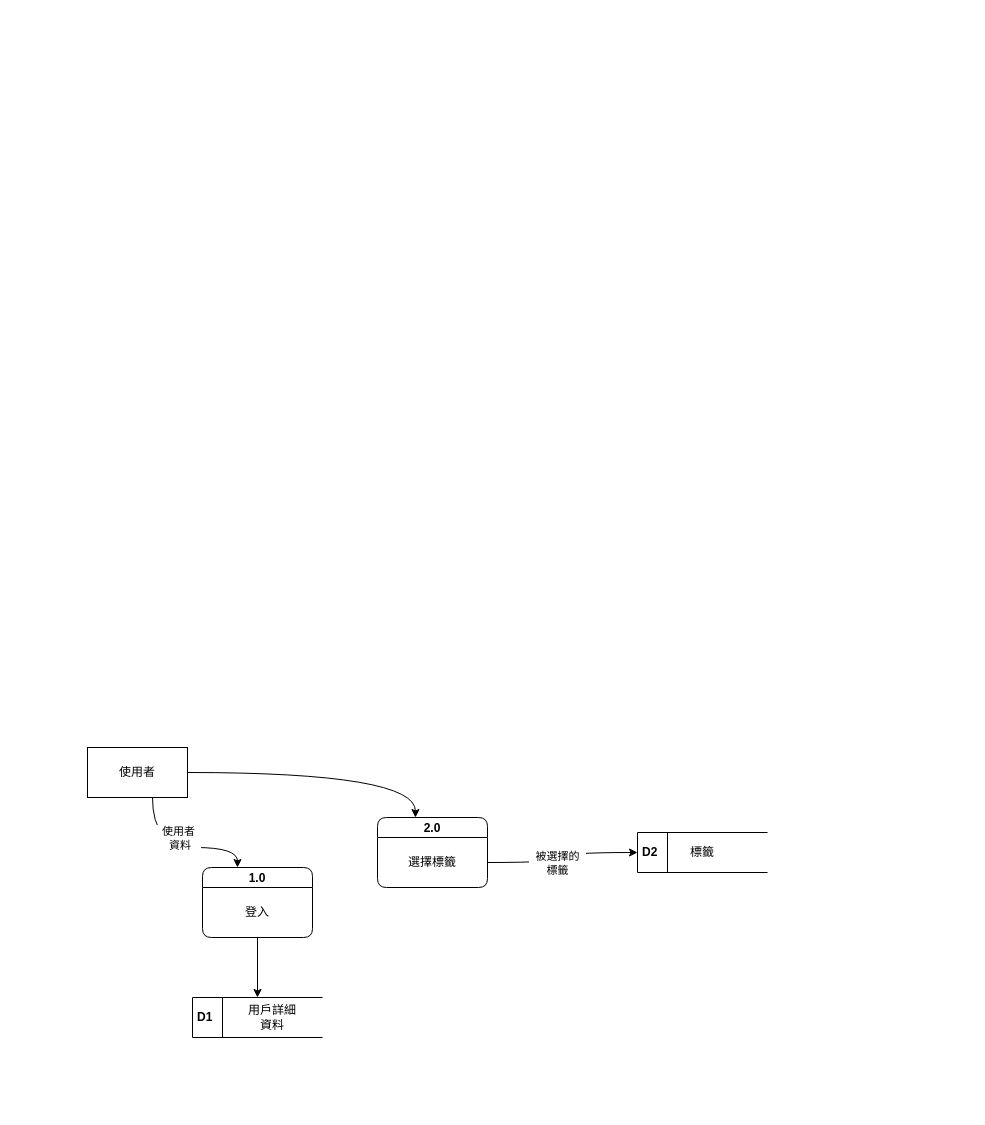
Above: 系統設計.drawio in Hakxep-wuqpuk-hyrze8/Flowchart (draw.io), before the change. Source tidied: cells renumbered, new cells numbered last; positions are measured from the earlier drawing's top-left corner, leaving out a move shared by most shapes. Both pictures are drawn from the tidied source at 100%, with x=0, y=0 at pixel (87, 747).
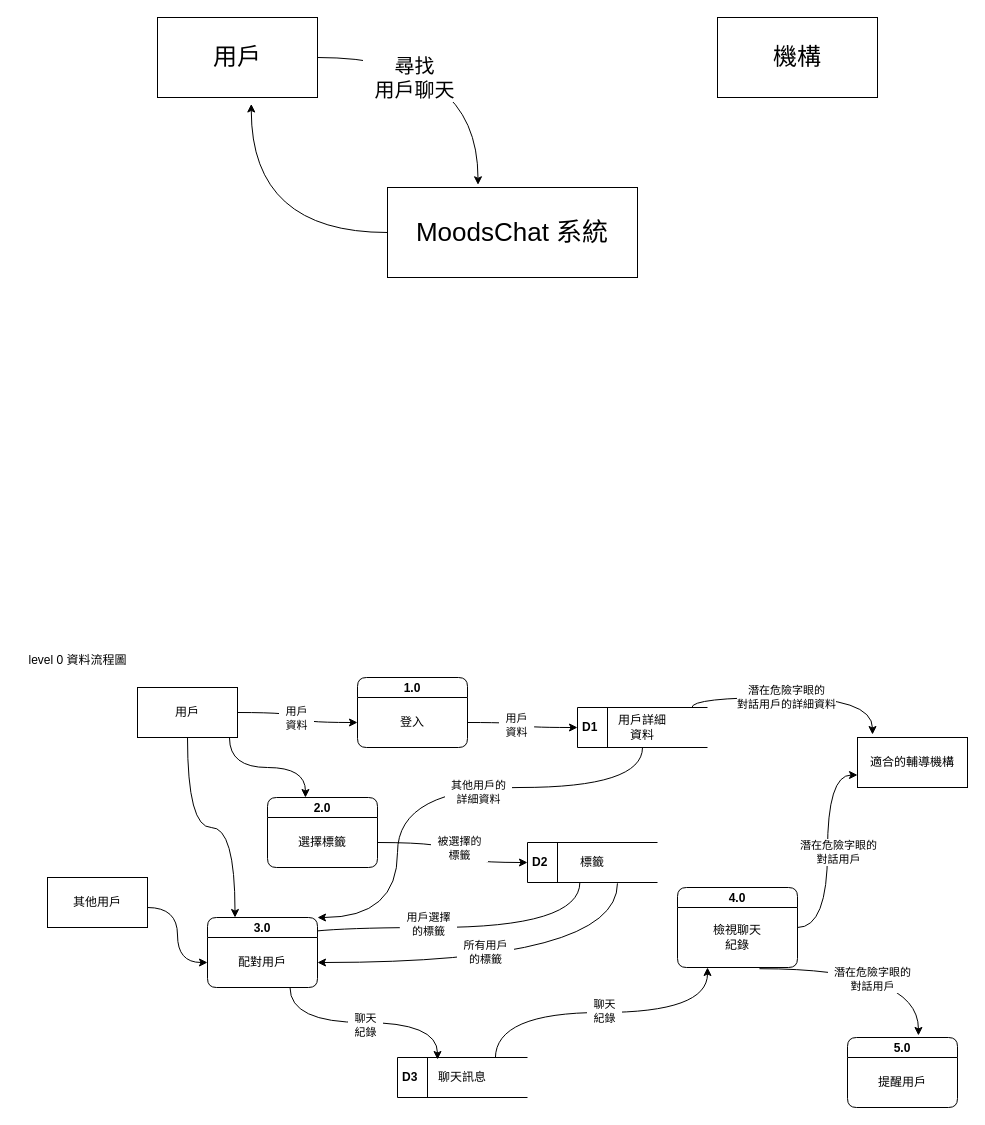
The same page after the edit.

Commit message (it also covers changes not shown here):
更新系統設計.drawio

Unchanged cells that the change refers to:
```xml
<mxCell id="7" value="登入" style="text;html=1;strokeColor=none;fillColor=none;align=center;verticalAlign=middle;whiteSpace=wrap;rounded=0;" parent="6" vertex="1">
  <mxGeometry y="20" width="110" height="50" as="geometry" />
</mxCell>
```

The edit, as a diff of the source:
```diff
@@
+    <mxCell id="19" style="edgeStyle=orthogonalEdgeStyle;jettySize=auto;html=1;exitX=0.88;exitY=0.002;exitDx=0;exitDy=0;exitPerimeter=0;curved=1;" parent="1" edge="1" source="2">
+      <mxGeometry relative="1" as="geometry">
+        <mxPoint x="785" y="-13" as="targetPoint" />
+        <Array as="points">
+          <mxPoint x="604" y="-50" />
+          <mxPoint x="785" y="-50" />
+          <mxPoint x="785" y="-13" />
+        </Array>
+      </mxGeometry>
+    </mxCell>
+    <mxCell id="20" value="&amp;nbsp; 潛在危險字眼的&amp;nbsp;&amp;nbsp;&lt;br style=&quot;border-color: var(--border-color);&quot;&gt;對話用戶的詳細資料" style="edgeLabel;html=1;align=center;verticalAlign=middle;" parent="19" vertex="1">
+      <mxGeometry x="-0.09" y="1" relative="1" as="geometry" />
+    </mxCell>
+    <mxCell id="21" style="edgeStyle=orthogonalEdgeStyle;jettySize=auto;html=1;entryX=1;entryY=0;entryDx=0;entryDy=0;curved=1;" parent="1" edge="1" source="2" target="30">
+      <mxGeometry relative="1" as="geometry">
+        <Array as="points">
+          <mxPoint x="555" y="40" />
+          <mxPoint x="310" y="40" />
+          <mxPoint x="310" y="170" />
+        </Array>
+      </mxGeometry>
+    </mxCell>
+    <mxCell id="22" value="&amp;nbsp; 其他用戶的&amp;nbsp;&amp;nbsp;&lt;br&gt;詳細資料" style="edgeLabel;html=1;align=center;verticalAlign=middle;" parent="21" vertex="1">
+      <mxGeometry x="-0.17" y="4" relative="1" as="geometry" />
+    </mxCell>
     <mxCell id="2" value="&lt;b&gt;D1&lt;/b&gt;" style="html=1;dashed=0;whiteSpace=wrap;shape=mxgraph.dfd.dataStoreID;align=left;spacingLeft=3;points=[[0,0],[0.5,0],[1,0],[0,0.5],[1,0.5],[0,1],[0.5,1],[1,1]];" parent="1" vertex="1">
-      <mxGeometry x="105" y="250" width="130" height="40" as="geometry" />
+      <mxGeometry x="490" y="-40" width="130" height="40" as="geometry" />
     </mxCell>
-    <mxCell id="3" style="edgeStyle=orthogonalEdgeStyle;jettySize=auto;html=1;curved=1;" parent="1" edge="1" source="5" target="6">
-      <mxGeometry relative="1" as="geometry">
-        <Array as="points">
-          <mxPoint x="65" y="100" />
-          <mxPoint x="150" y="100" />
-        </Array>
-      </mxGeometry>
-    </mxCell>
-    <mxCell id="4" value="&amp;nbsp; 使用者&amp;nbsp;&amp;nbsp;&lt;br&gt;&amp;nbsp;資料" style="edgeLabel;html=1;align=center;verticalAlign=middle;" parent="3" vertex="1">
-      <mxGeometry x="-0.18" y="4" relative="1" as="geometry">
-        <mxPoint x="11" y="-6" as="offset" />
-      </mxGeometry>
-    </mxCell>
+    <mxCell id="23" style="edgeStyle=orthogonalEdgeStyle;jettySize=auto;html=1;entryX=0;entryY=0.5;entryDx=0;entryDy=0;curved=1;" parent="1" edge="1" source="5" target="7">
+      <mxGeometry relative="1" as="geometry" />
+    </mxCell>
+    <mxCell id="24" value="&amp;nbsp; 用戶&amp;nbsp;&amp;nbsp;&lt;br&gt;&amp;nbsp; 資料&amp;nbsp;&amp;nbsp;" style="edgeLabel;html=1;align=center;verticalAlign=middle;" parent="23" vertex="1">
+      <mxGeometry y="-2" relative="1" as="geometry" />
+    </mxCell>
+    <mxCell id="25" style="edgeStyle=orthogonalEdgeStyle;jettySize=auto;html=1;entryX=0.25;entryY=0;entryDx=0;entryDy=0;curved=1;" parent="1" edge="1" source="5" target="30">
+      <mxGeometry relative="1" as="geometry" />
+    </mxCell>
-    <mxCell id="5" value="使用者" style="html=1;dashed=0;whiteSpace=wrap;" parent="1" vertex="1">
-      <mxGeometry width="100" height="50" as="geometry" />
+    <mxCell id="5" value="用戶" style="html=1;dashed=0;whiteSpace=wrap;" parent="1" vertex="1">
+      <mxGeometry x="50" y="-60" width="100" height="50" as="geometry" />
     </mxCell>
     <mxCell id="6" value="1.0" style="swimlane;fontStyle=1;horizontal=1;startSize=20;fillColor=#ffffff;swimlaneFillColor=#ffffff;rounded=1;fontFamily=Helvetica;verticalAlign=middle;" parent="1" vertex="1">
-      <mxGeometry x="115" y="120" width="110" height="70" as="geometry" />
+      <mxGeometry x="270" y="-70" width="110" height="70" as="geometry" />
     </mxCell>
@@
     <mxCell id="9" value="用戶詳細資料" style="text;html=1;strokeColor=none;fillColor=none;align=center;verticalAlign=middle;whiteSpace=wrap;rounded=0;" parent="1" vertex="1">
-      <mxGeometry x="155" y="255" width="60" height="30" as="geometry" />
+      <mxGeometry x="525" y="-35" width="60" height="30" as="geometry" />
     </mxCell>
-    <mxCell id="10" style="edgeStyle=orthogonalEdgeStyle;rounded=0;jettySize=auto;html=1;entryX=0.5;entryY=0;entryDx=0;entryDy=0;" parent="1" edge="1" source="7" target="2">
-      <mxGeometry relative="1" as="geometry" />
-    </mxCell>
     <mxCell id="11" value="2.0" style="swimlane;fontStyle=1;horizontal=1;startSize=20;fillColor=#ffffff;swimlaneFillColor=#ffffff;rounded=1;fontFamily=Helvetica;verticalAlign=middle;" parent="1" vertex="1">
-      <mxGeometry x="290" y="70" width="110" height="70" as="geometry" />
+      <mxGeometry x="180" y="50" width="110" height="70" as="geometry" />
     </mxCell>
@@
-    <mxCell id="14" style="edgeStyle=orthogonalEdgeStyle;jettySize=auto;html=1;entryX=0.345;entryY=0;entryDx=0;entryDy=0;entryPerimeter=0;curved=1;" parent="1" edge="1" source="5" target="11">
+    <mxCell id="14" style="edgeStyle=orthogonalEdgeStyle;jettySize=auto;html=1;entryX=0.345;entryY=0;entryDx=0;entryDy=0;entryPerimeter=0;curved=1;exitX=0.92;exitY=1.01;exitDx=0;exitDy=0;exitPerimeter=0;" parent="1" edge="1" source="5" target="11">
       <mxGeometry relative="1" as="geometry" />
     </mxCell>
+    <mxCell id="26" style="edgeStyle=orthogonalEdgeStyle;jettySize=auto;html=1;entryX=1;entryY=0.25;entryDx=0;entryDy=0;curved=1;exitX=0.403;exitY=0.995;exitDx=0;exitDy=0;exitPerimeter=0;" parent="1" edge="1" source="15" target="32">
+      <mxGeometry relative="1" as="geometry">
+        <Array as="points">
+          <mxPoint x="492" y="180" />
+          <mxPoint x="200" y="180" />
+        </Array>
+      </mxGeometry>
+    </mxCell>
+    <mxCell id="27" value="&amp;nbsp; 用戶選擇&amp;nbsp;&amp;nbsp;&lt;br style=&quot;border-color: var(--border-color);&quot;&gt;的標籤" style="edgeLabel;html=1;align=center;verticalAlign=middle;" parent="26" vertex="1">
+      <mxGeometry x="0.01" y="-4" relative="1" as="geometry" />
+    </mxCell>
+    <mxCell id="28" style="edgeStyle=orthogonalEdgeStyle;jettySize=auto;html=1;entryX=1;entryY=0.5;entryDx=0;entryDy=0;exitX=0.692;exitY=1.021;exitDx=0;exitDy=0;exitPerimeter=0;curved=1;" parent="1" edge="1" source="15" target="32">
+      <mxGeometry relative="1" as="geometry" />
+    </mxCell>
+    <mxCell id="29" value="&amp;nbsp; 所有用戶&amp;nbsp;&amp;nbsp;&lt;br&gt;的標籤" style="edgeLabel;html=1;align=center;verticalAlign=middle;" parent="28" vertex="1">
+      <mxGeometry x="0.12" y="-11" relative="1" as="geometry" />
+    </mxCell>
     <mxCell id="15" value="&lt;b&gt;D2&lt;/b&gt;" style="html=1;dashed=0;whiteSpace=wrap;shape=mxgraph.dfd.dataStoreID;align=left;spacingLeft=3;points=[[0,0],[0.5,0],[1,0],[0,0.5],[1,0.5],[0,1],[0.5,1],[1,1]];" parent="1" vertex="1">
-      <mxGeometry x="550" y="85" width="130" height="40" as="geometry" />
+      <mxGeometry x="440" y="95" width="130" height="40" as="geometry" />
     </mxCell>
     <mxCell id="16" value="標籤" style="text;html=1;strokeColor=none;fillColor=none;align=center;verticalAlign=middle;whiteSpace=wrap;rounded=0;" parent="1" vertex="1">
-      <mxGeometry x="585" y="90" width="60" height="30" as="geometry" />
+      <mxGeometry x="475" y="100" width="60" height="30" as="geometry" />
     </mxCell>
@@
+    <mxCell id="30" value="3.0" style="swimlane;fontStyle=1;horizontal=1;startSize=20;fillColor=#ffffff;swimlaneFillColor=#ffffff;rounded=1;fontFamily=Helvetica;verticalAlign=middle;" parent="1" vertex="1">
+      <mxGeometry x="120" y="170" width="110" height="70" as="geometry" />
+    </mxCell>
+    <mxCell id="31" style="edgeStyle=orthogonalEdgeStyle;rounded=0;orthogonalLoop=1;jettySize=auto;html=1;exitX=0.5;exitY=1;exitDx=0;exitDy=0;" parent="30" edge="1" source="32" target="32">
+      <mxGeometry relative="1" as="geometry" />
+    </mxCell>
+    <mxCell id="32" value="配對用戶" style="text;html=1;strokeColor=none;fillColor=none;align=center;verticalAlign=middle;whiteSpace=wrap;rounded=0;" parent="30" vertex="1">
+      <mxGeometry y="20" width="110" height="50" as="geometry" />
+    </mxCell>
+    <mxCell id="10" style="edgeStyle=orthogonalEdgeStyle;jettySize=auto;html=1;entryX=0;entryY=0.5;entryDx=0;entryDy=0;curved=1;" parent="1" edge="1" source="7" target="2">
+      <mxGeometry relative="1" as="geometry" />
+    </mxCell>
+    <mxCell id="33" value="&amp;nbsp; 用戶&amp;nbsp;&amp;nbsp;&lt;br&gt;&amp;nbsp; 資料&amp;nbsp;&amp;nbsp;" style="edgeLabel;html=1;align=center;verticalAlign=middle;" parent="10" vertex="1">
+      <mxGeometry x="-0.17" y="-2" relative="1" as="geometry" />
+    </mxCell>
+    <mxCell id="34" style="edgeStyle=orthogonalEdgeStyle;jettySize=auto;html=1;entryX=0;entryY=0.75;entryDx=0;entryDy=0;curved=1;" parent="1" edge="1" source="36" target="45">
+      <mxGeometry relative="1" as="geometry" />
+    </mxCell>
+    <mxCell id="35" value="&amp;nbsp; 潛在危險字眼的&amp;nbsp;&amp;nbsp;&lt;br&gt;對話用戶" style="edgeLabel;html=1;align=center;verticalAlign=middle;" parent="34" vertex="1">
+      <mxGeometry y="-10" relative="1" as="geometry" />
+    </mxCell>
+    <mxCell id="36" value="4.0" style="swimlane;fontStyle=1;horizontal=1;startSize=20;fillColor=#ffffff;swimlaneFillColor=#ffffff;rounded=1;fontFamily=Helvetica;verticalAlign=middle;" parent="1" vertex="1">
+      <mxGeometry x="590" y="140" width="120" height="80" as="geometry" />
+    </mxCell>
+    <mxCell id="37" style="edgeStyle=orthogonalEdgeStyle;rounded=0;orthogonalLoop=1;jettySize=auto;html=1;exitX=0.5;exitY=1;exitDx=0;exitDy=0;" parent="36" edge="1" source="38" target="38">
+      <mxGeometry relative="1" as="geometry" />
+    </mxCell>
+    <mxCell id="38" value="檢視聊天&lt;br&gt;紀錄" style="text;html=1;strokeColor=none;fillColor=none;align=center;verticalAlign=middle;whiteSpace=wrap;rounded=0;" parent="36" vertex="1">
+      <mxGeometry y="20" width="120" height="60" as="geometry" />
+    </mxCell>
+    <mxCell id="39" style="edgeStyle=orthogonalEdgeStyle;jettySize=auto;html=1;entryX=0.25;entryY=1;entryDx=0;entryDy=0;curved=1;exitX=0.753;exitY=0.02;exitDx=0;exitDy=0;exitPerimeter=0;" parent="1" edge="1" source="41" target="38">
+      <mxGeometry relative="1" as="geometry" />
+    </mxCell>
+    <mxCell id="40" value="&amp;nbsp; 聊天&amp;nbsp;&amp;nbsp;&lt;br&gt;&amp;nbsp; 紀錄&amp;nbsp;&amp;nbsp;" style="edgeLabel;html=1;align=center;verticalAlign=middle;" parent="39" vertex="1">
+      <mxGeometry x="0.02" y="2" relative="1" as="geometry" />
+    </mxCell>
+    <mxCell id="41" value="&lt;b&gt;D3&lt;/b&gt;" style="html=1;dashed=0;whiteSpace=wrap;shape=mxgraph.dfd.dataStoreID;align=left;spacingLeft=3;points=[[0,0],[0.5,0],[1,0],[0,0.5],[1,0.5],[0,1],[0.5,1],[1,1]];" parent="1" vertex="1">
+      <mxGeometry x="310" y="310" width="130" height="40" as="geometry" />
+    </mxCell>
+    <mxCell id="42" value="聊天訊息" style="text;html=1;strokeColor=none;fillColor=none;align=center;verticalAlign=middle;whiteSpace=wrap;rounded=0;" parent="1" vertex="1">
+      <mxGeometry x="345" y="315" width="60" height="30" as="geometry" />
+    </mxCell>
+    <mxCell id="43" style="edgeStyle=orthogonalEdgeStyle;jettySize=auto;html=1;entryX=0.308;entryY=0.05;entryDx=0;entryDy=0;entryPerimeter=0;exitX=0.75;exitY=1;exitDx=0;exitDy=0;curved=1;" parent="1" edge="1" source="32" target="41">
+      <mxGeometry relative="1" as="geometry" />
+    </mxCell>
+    <mxCell id="44" value="聊天&lt;br&gt;&amp;nbsp; 紀錄&amp;nbsp;&amp;nbsp;" style="edgeLabel;html=1;align=center;verticalAlign=middle;" parent="43" vertex="1">
+      <mxGeometry y="-2" relative="1" as="geometry" />
+    </mxCell>
+    <mxCell id="45" value="適合的輔導機構" style="html=1;dashed=0;whiteSpace=wrap;" parent="1" vertex="1">
+      <mxGeometry x="770" y="-10" width="110" height="50" as="geometry" />
+    </mxCell>
+    <mxCell id="46" style="edgeStyle=orthogonalEdgeStyle;jettySize=auto;html=1;entryX=0;entryY=0.5;entryDx=0;entryDy=0;curved=1;" parent="1" edge="1" source="47" target="32">
+      <mxGeometry relative="1" as="geometry">
+        <Array as="points">
+          <mxPoint x="90" y="160" />
+          <mxPoint x="90" y="215" />
+        </Array>
+      </mxGeometry>
+    </mxCell>
+    <mxCell id="47" value="其他用戶" style="html=1;dashed=0;whiteSpace=wrap;" parent="1" vertex="1">
+      <mxGeometry x="-40" y="130" width="100" height="50" as="geometry" />
+    </mxCell>
+    <mxCell id="48" value="5.0" style="swimlane;fontStyle=1;horizontal=1;startSize=20;fillColor=#ffffff;swimlaneFillColor=#ffffff;rounded=1;fontFamily=Helvetica;verticalAlign=middle;" parent="1" vertex="1">
+      <mxGeometry x="760" y="290" width="110" height="70" as="geometry" />
+    </mxCell>
+    <mxCell id="49" value="提醒用戶" style="text;html=1;strokeColor=none;fillColor=none;align=center;verticalAlign=middle;whiteSpace=wrap;rounded=0;" parent="48" vertex="1">
+      <mxGeometry y="20" width="110" height="50" as="geometry" />
+    </mxCell>
+    <mxCell id="50" style="edgeStyle=orthogonalEdgeStyle;jettySize=auto;html=1;entryX=0.645;entryY=-0.029;entryDx=0;entryDy=0;curved=1;exitX=0.683;exitY=1.02;exitDx=0;exitDy=0;exitPerimeter=0;entryPerimeter=0;" parent="1" edge="1" source="38" target="48">
+      <mxGeometry relative="1" as="geometry" />
+    </mxCell>
+    <mxCell id="51" value="&amp;nbsp; 潛在危險字眼的&amp;nbsp;&amp;nbsp;&lt;br&gt;對話用戶" style="edgeLabel;html=1;align=center;verticalAlign=middle;" parent="50" vertex="1">
+      <mxGeometry y="-10" relative="1" as="geometry" />
+    </mxCell>
+    <mxCell id="52" value="level 0 資料流程圖" style="text;html=1;align=center;verticalAlign=middle;strokeColor=none;fillColor=none;" parent="1" vertex="1">
+      <mxGeometry x="-70" y="-102" width="120" height="30" as="geometry" />
+    </mxCell>
+    <mxCell id="53" value="&lt;font style=&quot;font-size: 26px;&quot;&gt;MoodsChat 系統&lt;/font&gt;" style="html=1;dashed=0;whiteSpace=wrap;" parent="1" vertex="1">
+      <mxGeometry x="300" y="-560" width="250" height="90" as="geometry" />
+    </mxCell>
+    <mxCell id="54" value="&lt;font style=&quot;font-size: 24px;&quot;&gt;用戶&lt;/font&gt;" style="html=1;dashed=0;whiteSpace=wrap;" parent="1" vertex="1">
+      <mxGeometry x="70" y="-730" width="160" height="80" as="geometry" />
+    </mxCell>
+    <mxCell id="55" value="&lt;font style=&quot;font-size: 24px;&quot;&gt;機構&lt;/font&gt;" style="html=1;dashed=0;whiteSpace=wrap;" parent="1" vertex="1">
+      <mxGeometry x="630" y="-730" width="160" height="80" as="geometry" />
+    </mxCell>
+    <mxCell id="56" style="edgeStyle=orthogonalEdgeStyle;jettySize=auto;html=1;entryX=0.362;entryY=-0.03;entryDx=0;entryDy=0;entryPerimeter=0;curved=1;" parent="1" edge="1" source="54" target="53">
+      <mxGeometry relative="1" as="geometry" />
+    </mxCell>
+    <mxCell id="57" value="&lt;font style=&quot;font-size: 20px;&quot;&gt;尋找&lt;br&gt;&amp;nbsp; 用戶聊天&amp;nbsp;&amp;nbsp;&lt;/font&gt;" style="edgeLabel;html=1;align=center;verticalAlign=middle;" parent="56" vertex="1">
+      <mxGeometry x="-0.33" y="-19" relative="1" as="geometry" />
+    </mxCell>
+    <mxCell id="58" style="edgeStyle=orthogonalEdgeStyle;jettySize=auto;html=1;entryX=0.586;entryY=1.081;entryDx=0;entryDy=0;entryPerimeter=0;curved=1;" parent="1" edge="1" source="53" target="54">
+      <mxGeometry relative="1" as="geometry" />
+    </mxCell>
```
